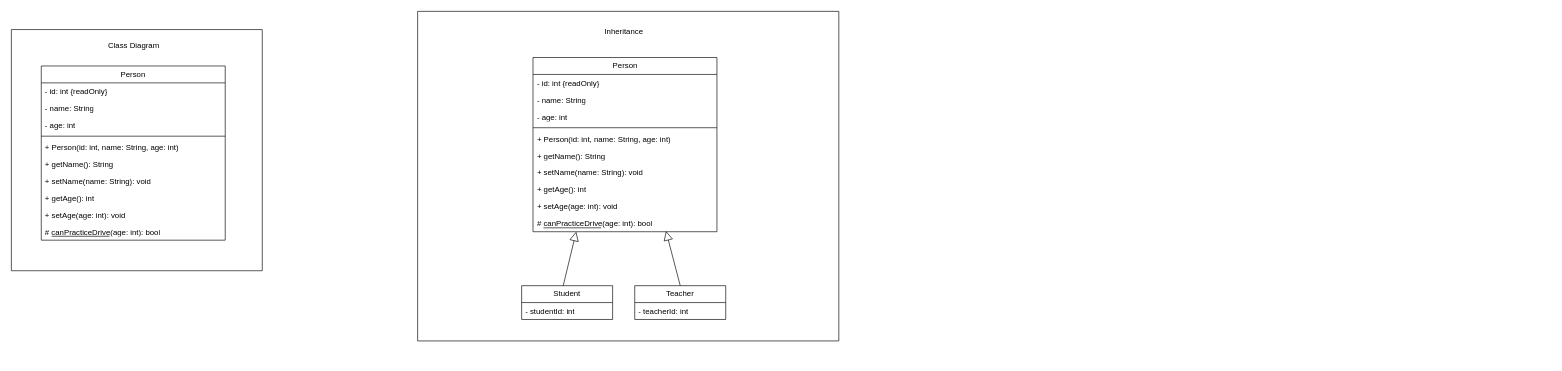
This is UML.drawio from albinronnkvist/Course_DT187G_JavaII, a draw.io file, before an edit. Source tidied: cells renumbered, new cells numbered last; positions are measured from the earlier drawing's top-left corner, leaving out a move shared by most shapes. Both pictures are drawn from the tidied source at 65%, with x=0, y=0 at pixel (11, 11).
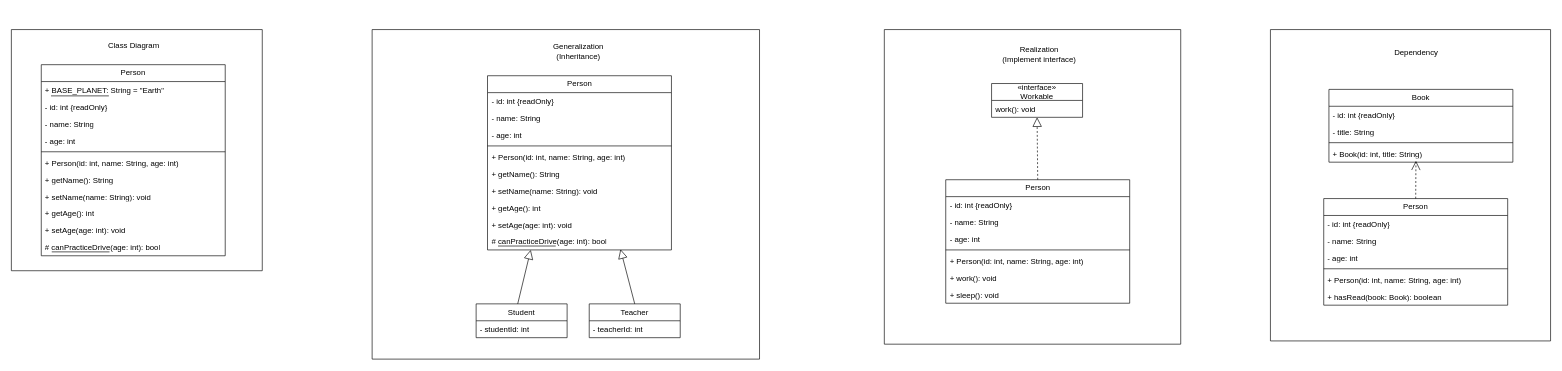
After the change.

Unchanged cells that the change refers to:
```xml
<mxCell id="15" style="swimlane;startSize=0;" parent="1" vertex="1">
  <mxGeometry y="28" width="386" height="371" as="geometry" />
</mxCell>
<mxCell id="33" value="Student" style="swimlane;fontStyle=0;horizontal=1;startSize=26;fillColor=none;whiteSpace=wrap;html=1;" parent="17" vertex="1">
  <mxGeometry x="160" y="422" width="140" height="52" as="geometry" />
</mxCell>
```

What changed in the source:
```diff
@@
     <mxCell id="2" value="Person" style="swimlane;fontStyle=0;horizontal=1;startSize=26;fillColor=none;whiteSpace=wrap;html=1;" parent="1" vertex="1">
-      <mxGeometry x="46" y="84" width="283" height="268" as="geometry" />
+      <mxGeometry x="46" y="82" width="283" height="294" as="geometry" />
     </mxCell>
+    <mxCell id="36" value="+ BASE_PLANET: String = &quot;Earth&quot;" style="text;strokeColor=none;fillColor=none;align=left;verticalAlign=top;spacingLeft=4;spacingRight=4;overflow=hidden;whiteSpace=wrap;html=1;" parent="2" vertex="1">
+      <mxGeometry y="26" width="283" height="26" as="geometry" />
+    </mxCell>
     <mxCell id="3" value="- id: int {readOnly}" style="text;strokeColor=none;fillColor=none;align=left;verticalAlign=top;spacingLeft=4;spacingRight=4;overflow=hidden;whiteSpace=wrap;html=1;" parent="2" vertex="1">
-      <mxGeometry y="26" width="283" height="26" as="geometry" />
+      <mxGeometry y="52" width="283" height="26" as="geometry" />
     </mxCell>
     <mxCell id="4" value="- name: String" style="text;strokeColor=none;fillColor=none;align=left;verticalAlign=top;spacingLeft=4;spacingRight=4;overflow=hidden;whiteSpace=wrap;html=1;" parent="2" vertex="1">
-      <mxGeometry y="52" width="283" height="26" as="geometry" />
+      <mxGeometry y="78" width="283" height="26" as="geometry" />
     </mxCell>
     <mxCell id="5" value="- age: int" style="text;strokeColor=none;fillColor=none;align=left;verticalAlign=top;spacingLeft=4;spacingRight=4;overflow=hidden;whiteSpace=wrap;html=1;" parent="2" vertex="1">
-      <mxGeometry y="78" width="283" height="26" as="geometry" />
+      <mxGeometry y="104" width="283" height="26" as="geometry" />
     </mxCell>
     <mxCell id="6" style="line;strokeWidth=1;fillColor=none;align=left;verticalAlign=middle;spacingTop=-1;spacingLeft=3;spacingRight=3;labelPosition=right;strokeColor=inherit;" parent="2" vertex="1">
-      <mxGeometry y="104" width="283" height="8" as="geometry" />
+      <mxGeometry y="130" width="283" height="8" as="geometry" />
     </mxCell>
     <mxCell id="7" value="+ Person(id: int, name: String, age: int)" style="text;strokeColor=none;fillColor=none;align=left;verticalAlign=top;spacingLeft=4;spacingRight=4;overflow=hidden;whiteSpace=wrap;html=1;" parent="2" vertex="1">
-      <mxGeometry y="112" width="283" height="26" as="geometry" />
+      <mxGeometry y="138" width="283" height="26" as="geometry" />
     </mxCell>
     <mxCell id="8" value="&lt;div&gt;+ getName(): String&lt;br&gt;&lt;/div&gt;" style="text;strokeColor=none;fillColor=none;align=left;verticalAlign=top;spacingLeft=4;spacingRight=4;overflow=hidden;whiteSpace=wrap;html=1;" parent="2" vertex="1">
-      <mxGeometry y="138" width="283" height="26" as="geometry" />
+      <mxGeometry y="164" width="283" height="26" as="geometry" />
     </mxCell>
     <mxCell id="9" value="+ setName(name: String): void" style="text;strokeColor=none;fillColor=none;align=left;verticalAlign=top;spacingLeft=4;spacingRight=4;overflow=hidden;whiteSpace=wrap;html=1;" parent="2" vertex="1">
-      <mxGeometry y="164" width="283" height="26" as="geometry" />
+      <mxGeometry y="190" width="283" height="26" as="geometry" />
     </mxCell>
     <mxCell id="10" value="+ getAge(): int" style="text;strokeColor=none;fillColor=none;align=left;verticalAlign=top;spacingLeft=4;spacingRight=4;overflow=hidden;whiteSpace=wrap;html=1;" parent="2" vertex="1">
-      <mxGeometry y="190" width="283" height="26" as="geometry" />
+      <mxGeometry y="216" width="283" height="26" as="geometry" />
     </mxCell>
     <mxCell id="11" value="+ setAge(age: int): void" style="text;strokeColor=none;fillColor=none;align=left;verticalAlign=top;spacingLeft=4;spacingRight=4;overflow=hidden;whiteSpace=wrap;html=1;" parent="2" vertex="1">
-      <mxGeometry y="216" width="283" height="26" as="geometry" />
+      <mxGeometry y="242" width="283" height="26" as="geometry" />
     </mxCell>
     <mxCell id="12" value="# &lt;span&gt;canPracticeDrive&lt;/span&gt;(age: int): bool" style="text;strokeColor=none;fillColor=none;align=left;verticalAlign=top;spacingLeft=4;spacingRight=4;overflow=hidden;points=[[0,0.5],[1,0.5]];portConstraint=eastwest;whiteSpace=wrap;html=1;fontStyle=0;" parent="2" vertex="1">
-      <mxGeometry y="242" width="283" height="26" as="geometry" />
+      <mxGeometry y="268" width="283" height="26" as="geometry" />
     </mxCell>
     <mxCell id="13" style="endArrow=none;html=1;rounded=0;exitX=0.057;exitY=0.769;exitDx=0;exitDy=0;exitPerimeter=0;" parent="2" edge="1" source="12">
       <mxGeometry relative="1" as="geometry">
-        <mxPoint x="105" y="262" as="targetPoint" />
+        <mxPoint x="105" y="288" as="targetPoint" />
       </mxGeometry>
     </mxCell>
@@
+    <mxCell id="37" style="endArrow=none;html=1;rounded=0;exitX=0.057;exitY=0.769;exitDx=0;exitDy=0;exitPerimeter=0;" parent="15" edge="1">
+      <mxGeometry relative="1" as="geometry">
+        <mxPoint x="61" y="102" as="sourcePoint" />
+        <mxPoint x="150" y="102" as="targetPoint" />
+      </mxGeometry>
+    </mxCell>
     <mxCell id="16" style="endArrow=block;endFill=0;endSize=12;html=1;rounded=0;exitX=0.457;exitY=0;exitDx=0;exitDy=0;exitPerimeter=0;entryX=0.221;entryY=0.962;entryDx=0;entryDy=0;entryPerimeter=0;" parent="1" edge="1" source="33">
       <mxGeometry relative="1" as="geometry">
-        <mxPoint x="869" y="339" as="targetPoint" />
+        <mxPoint x="799" y="367" as="targetPoint" />
       </mxGeometry>
     </mxCell>
     <mxCell id="17" style="swimlane;startSize=0;" parent="1" vertex="1">
-      <mxGeometry x="625" width="648" height="507" as="geometry" />
+      <mxGeometry x="555" y="28" width="596" height="507" as="geometry" />
     </mxCell>
@@
-    <mxCell id="30" value="&lt;div&gt;Inheritance&lt;/div&gt;" style="text;html=1;align=center;verticalAlign=middle;strokeColor=none;fillColor=none;" parent="17" vertex="1">
-      <mxGeometry x="278" y="19" width="77" height="26" as="geometry" />
+    <mxCell id="30" value="Generalization &lt;br&gt;&lt;div&gt;(Inheritance)&lt;/div&gt;" style="text;html=1;align=center;verticalAlign=middle;strokeColor=none;fillColor=none;" parent="17" vertex="1">
+      <mxGeometry x="269" y="12" width="95" height="41" as="geometry" />
     </mxCell>
@@
+    <mxCell id="38" value="Person" style="swimlane;fontStyle=0;horizontal=1;startSize=26;fillColor=none;whiteSpace=wrap;html=1;" parent="1" vertex="1">
+      <mxGeometry x="1437.5" y="259" width="283" height="190" as="geometry" />
+    </mxCell>
+    <mxCell id="39" value="- id: int {readOnly}" style="text;strokeColor=none;fillColor=none;align=left;verticalAlign=top;spacingLeft=4;spacingRight=4;overflow=hidden;whiteSpace=wrap;html=1;" parent="38" vertex="1">
+      <mxGeometry y="26" width="283" height="26" as="geometry" />
+    </mxCell>
+    <mxCell id="40" value="- name: String" style="text;strokeColor=none;fillColor=none;align=left;verticalAlign=top;spacingLeft=4;spacingRight=4;overflow=hidden;whiteSpace=wrap;html=1;" parent="38" vertex="1">
+      <mxGeometry y="52" width="283" height="26" as="geometry" />
+    </mxCell>
+    <mxCell id="41" value="- age: int" style="text;strokeColor=none;fillColor=none;align=left;verticalAlign=top;spacingLeft=4;spacingRight=4;overflow=hidden;whiteSpace=wrap;html=1;" parent="38" vertex="1">
+      <mxGeometry y="78" width="283" height="26" as="geometry" />
+    </mxCell>
+    <mxCell id="42" style="line;strokeWidth=1;fillColor=none;align=left;verticalAlign=middle;spacingTop=-1;spacingLeft=3;spacingRight=3;labelPosition=right;strokeColor=inherit;" parent="38" vertex="1">
+      <mxGeometry y="104" width="283" height="8" as="geometry" />
+    </mxCell>
+    <mxCell id="43" value="+ Person(id: int, name: String, age: int)" style="text;strokeColor=none;fillColor=none;align=left;verticalAlign=top;spacingLeft=4;spacingRight=4;overflow=hidden;whiteSpace=wrap;html=1;" parent="38" vertex="1">
+      <mxGeometry y="112" width="283" height="26" as="geometry" />
+    </mxCell>
+    <mxCell id="44" value="+ work(): void" style="text;strokeColor=none;fillColor=none;align=left;verticalAlign=top;spacingLeft=4;spacingRight=4;overflow=hidden;whiteSpace=wrap;html=1;" parent="38" vertex="1">
+      <mxGeometry y="138" width="283" height="26" as="geometry" />
+    </mxCell>
+    <mxCell id="45" value="+ sleep(): void" style="text;strokeColor=none;fillColor=none;align=left;verticalAlign=top;spacingLeft=4;spacingRight=4;overflow=hidden;whiteSpace=wrap;html=1;" parent="38" vertex="1">
+      <mxGeometry y="164" width="283" height="26" as="geometry" />
+    </mxCell>
+    <mxCell id="46" style="swimlane;startSize=0;" parent="1" vertex="1">
+      <mxGeometry x="1343" y="28" width="456" height="484" as="geometry" />
+    </mxCell>
+    <mxCell id="47" value="&lt;div&gt;«interface»&lt;br&gt;&lt;/div&gt;&lt;div&gt;Workable&lt;/div&gt;" style="swimlane;fontStyle=0;horizontal=1;startSize=26;fillColor=none;whiteSpace=wrap;html=1;" parent="46" vertex="1">
+      <mxGeometry x="165" y="83" width="140" height="52" as="geometry" />
+    </mxCell>
+    <mxCell id="48" value="work(): void" style="text;strokeColor=none;fillColor=none;align=left;verticalAlign=top;spacingLeft=4;spacingRight=4;overflow=hidden;whiteSpace=wrap;html=1;" parent="47" vertex="1">
+      <mxGeometry y="26" width="140" height="26" as="geometry" />
+    </mxCell>
+    <mxCell id="49" value="&lt;div&gt;Realization&lt;/div&gt;(Implement interface)" style="text;html=1;align=center;verticalAlign=middle;strokeColor=none;fillColor=none;" parent="46" vertex="1">
+      <mxGeometry x="172" y="17" width="131" height="41" as="geometry" />
+    </mxCell>
+    <mxCell id="50" style="endArrow=block;dashed=1;endFill=0;endSize=12;html=1;rounded=0;exitX=0.5;exitY=0;exitDx=0;exitDy=0;entryX=0.5;entryY=1;entryDx=0;entryDy=0;" parent="1" edge="1" source="38" target="47">
+      <mxGeometry relative="1" as="geometry" />
+    </mxCell>
+    <mxCell id="51" value="Person" style="swimlane;fontStyle=0;horizontal=1;startSize=26;fillColor=none;whiteSpace=wrap;html=1;" parent="1" vertex="1">
+      <mxGeometry x="2019" y="288" width="283" height="164" as="geometry" />
+    </mxCell>
+    <mxCell id="52" value="- id: int {readOnly}" style="text;strokeColor=none;fillColor=none;align=left;verticalAlign=top;spacingLeft=4;spacingRight=4;overflow=hidden;whiteSpace=wrap;html=1;" parent="51" vertex="1">
+      <mxGeometry y="26" width="283" height="26" as="geometry" />
+    </mxCell>
+    <mxCell id="53" value="- name: String" style="text;strokeColor=none;fillColor=none;align=left;verticalAlign=top;spacingLeft=4;spacingRight=4;overflow=hidden;whiteSpace=wrap;html=1;" parent="51" vertex="1">
+      <mxGeometry y="52" width="283" height="26" as="geometry" />
+    </mxCell>
+    <mxCell id="54" value="- age: int" style="text;strokeColor=none;fillColor=none;align=left;verticalAlign=top;spacingLeft=4;spacingRight=4;overflow=hidden;whiteSpace=wrap;html=1;" parent="51" vertex="1">
+      <mxGeometry y="78" width="283" height="26" as="geometry" />
+    </mxCell>
+    <mxCell id="55" style="line;strokeWidth=1;fillColor=none;align=left;verticalAlign=middle;spacingTop=-1;spacingLeft=3;spacingRight=3;labelPosition=right;strokeColor=inherit;" parent="51" vertex="1">
+      <mxGeometry y="104" width="283" height="8" as="geometry" />
+    </mxCell>
+    <mxCell id="56" value="+ Person(id: int, name: String, age: int)" style="text;strokeColor=none;fillColor=none;align=left;verticalAlign=top;spacingLeft=4;spacingRight=4;overflow=hidden;whiteSpace=wrap;html=1;" parent="51" vertex="1">
+      <mxGeometry y="112" width="283" height="26" as="geometry" />
+    </mxCell>
+    <mxCell id="57" value="+ hasRead(book: Book): boolean" style="text;strokeColor=none;fillColor=none;align=left;verticalAlign=top;spacingLeft=4;spacingRight=4;overflow=hidden;whiteSpace=wrap;html=1;" parent="51" vertex="1">
+      <mxGeometry y="138" width="283" height="26" as="geometry" />
+    </mxCell>
+    <mxCell id="58" value="Book" style="swimlane;fontStyle=0;horizontal=1;startSize=26;fillColor=none;whiteSpace=wrap;html=1;" parent="1" vertex="1">
+      <mxGeometry x="2027" y="120" width="283" height="112" as="geometry" />
+    </mxCell>
+    <mxCell id="59" value="- id: int {readOnly}" style="text;strokeColor=none;fillColor=none;align=left;verticalAlign=top;spacingLeft=4;spacingRight=4;overflow=hidden;whiteSpace=wrap;html=1;" parent="58" vertex="1">
+      <mxGeometry y="26" width="283" height="26" as="geometry" />
+    </mxCell>
+    <mxCell id="60" value="- title: String" style="text;strokeColor=none;fillColor=none;align=left;verticalAlign=top;spacingLeft=4;spacingRight=4;overflow=hidden;whiteSpace=wrap;html=1;" parent="58" vertex="1">
+      <mxGeometry y="52" width="283" height="26" as="geometry" />
+    </mxCell>
+    <mxCell id="61" style="line;strokeWidth=1;fillColor=none;align=left;verticalAlign=middle;spacingTop=-1;spacingLeft=3;spacingRight=3;labelPosition=right;strokeColor=inherit;" parent="58" vertex="1">
+      <mxGeometry y="78" width="283" height="8" as="geometry" />
+    </mxCell>
+    <mxCell id="62" value="+ Book(id: int, title: String)" style="text;strokeColor=none;fillColor=none;align=left;verticalAlign=top;spacingLeft=4;spacingRight=4;overflow=hidden;points=[[0,0.5],[1,0.5]];portConstraint=eastwest;whiteSpace=wrap;html=1;" parent="58" vertex="1">
+      <mxGeometry y="86" width="283" height="26" as="geometry" />
+    </mxCell>
+    <mxCell id="63" style="endArrow=open;endSize=12;dashed=1;html=1;rounded=0;exitX=0.5;exitY=0;exitDx=0;exitDy=0;entryX=0.473;entryY=0.923;entryDx=0;entryDy=0;entryPerimeter=0;" parent="1" edge="1" source="51" target="62">
+      <mxGeometry relative="1" as="geometry" />
+    </mxCell>
+    <mxCell id="64" style="swimlane;startSize=0;" parent="1" vertex="1">
+      <mxGeometry x="1937" y="28" width="431" height="479" as="geometry" />
+    </mxCell>
+    <mxCell id="65" value="Dependency" style="text;html=1;align=center;verticalAlign=middle;strokeColor=none;fillColor=none;" parent="64" vertex="1">
+      <mxGeometry x="181" y="22" width="85" height="26" as="geometry" />
+    </mxCell>
```
